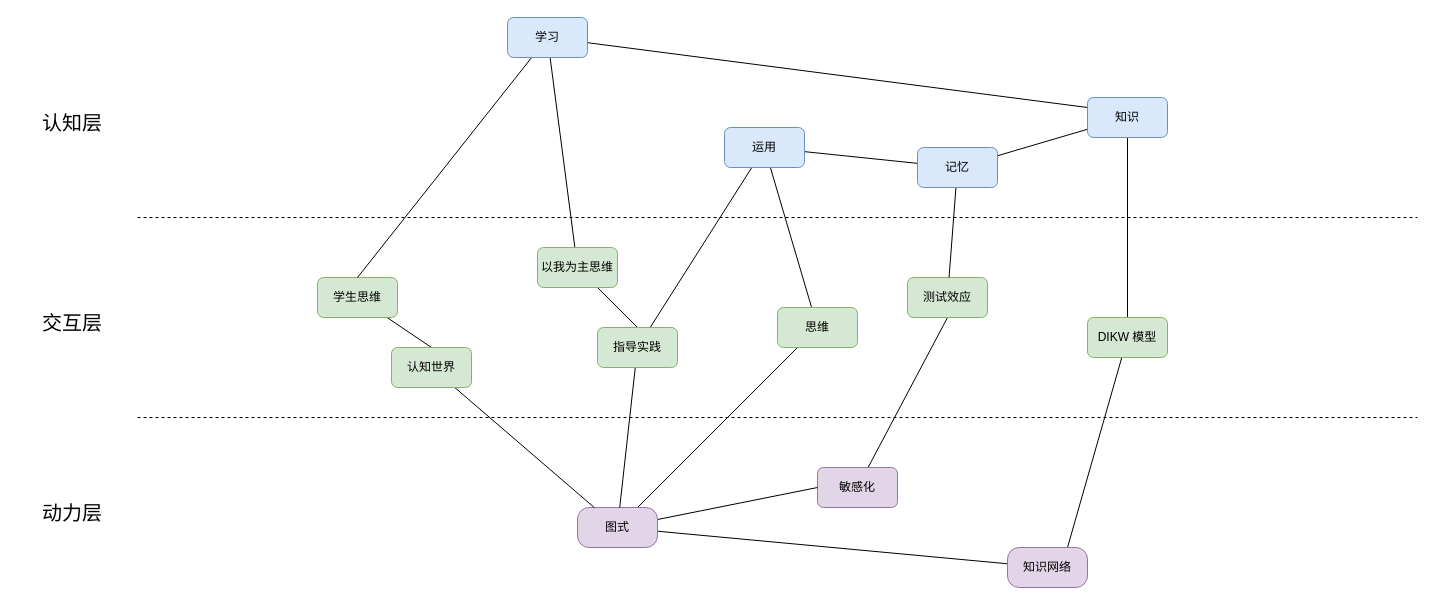
The draw.io diagram 高效学习-认知三层模型.drawio in youyusan/open_mind, before the edit. Source tidied: cells renumbered, new cells numbered last; positions are measured from the earlier drawing's top-left corner, leaving out a move shared by most shapes. Both pictures are drawn from the tidied source at 100%, with x=0, y=0 at pixel (17, 17).
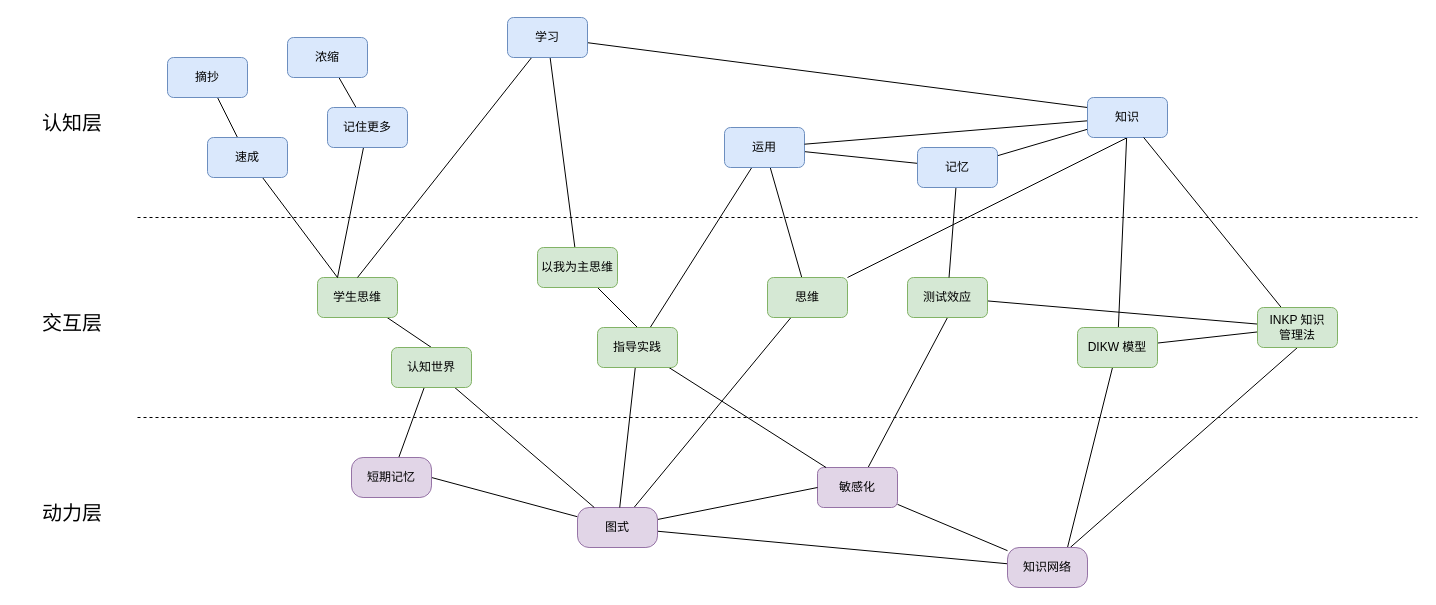
The same diagram, later.

Commit message (it also covers changes not shown here):
更新高效学习-认知三层模型.drawio

The change refers to these unchanged cells:
```xml
<mxCell id="8" value="学生思维" style="rounded=1;whiteSpace=wrap;html=1;fillColor=#d5e8d4;strokeColor=#82b366;" parent="1" vertex="1">
  <mxGeometry x="300" y="260" width="80" height="40" as="geometry" />
</mxCell>
<mxCell id="10" value="敏感化" style="rounded=1;whiteSpace=wrap;html=1;fillColor=#e1d5e7;strokeColor=#9673a6;" parent="1" vertex="1">
  <mxGeometry x="800" y="450" width="80" height="40" as="geometry" />
</mxCell>
<mxCell id="20" value="图式" style="rounded=1;whiteSpace=wrap;html=1;fillColor=#e1d5e7;strokeColor=#9673a6;arcSize=29;" parent="1" vertex="1">
  <mxGeometry x="560" y="490" width="80" height="40" as="geometry" />
</mxCell>
<mxCell id="23" value="指导实践" style="rounded=1;whiteSpace=wrap;html=1;fillColor=#d5e8d4;strokeColor=#82b366;" parent="1" vertex="1">
  <mxGeometry x="580" y="310" width="80" height="40" as="geometry" />
</mxCell>
<mxCell id="25" value="认知世界" style="rounded=1;whiteSpace=wrap;html=1;fillColor=#d5e8d4;strokeColor=#82b366;" parent="1" vertex="1">
  <mxGeometry x="374" y="330" width="80" height="40" as="geometry" />
</mxCell>
<mxCell id="29" value="运用" style="rounded=1;whiteSpace=wrap;html=1;fillColor=#dae8fc;strokeColor=#6c8ebf;" parent="1" vertex="1">
  <mxGeometry x="707" y="110" width="80" height="40" as="geometry" />
</mxCell>
<mxCell id="30" value="测试效应" style="rounded=1;whiteSpace=wrap;html=1;fillColor=#d5e8d4;strokeColor=#82b366;" parent="1" vertex="1">
  <mxGeometry x="890" y="260" width="80" height="40" as="geometry" />
</mxCell>
<mxCell id="35" value="知识" style="rounded=1;whiteSpace=wrap;html=1;fillColor=#dae8fc;strokeColor=#6c8ebf;" parent="1" vertex="1">
  <mxGeometry x="1070" y="80" width="80" height="40" as="geometry" />
</mxCell>
<mxCell id="38" value="知识网络" style="rounded=1;whiteSpace=wrap;html=1;fillColor=#e1d5e7;strokeColor=#9673a6;arcSize=29;" parent="1" vertex="1">
  <mxGeometry x="990" y="530" width="80" height="40" as="geometry" />
</mxCell>
```

The edit, as a diff of the source:
```diff
@@
+    <mxCell id="39" style="edgeStyle=none;rounded=0;jettySize=auto;html=1;strokeColor=default;align=center;verticalAlign=middle;fontFamily=Helvetica;fontSize=11;fontColor=default;labelBackgroundColor=default;endArrow=none;endFill=0;" parent="1" edge="1" source="10" target="38">
+      <mxGeometry relative="1" as="geometry" />
+    </mxCell>
@@
+    <mxCell id="40" style="edgeStyle=none;rounded=0;jettySize=auto;html=1;entryX=1;entryY=0.5;entryDx=0;entryDy=0;strokeColor=default;align=center;verticalAlign=middle;fontFamily=Helvetica;fontSize=11;fontColor=default;labelBackgroundColor=default;endArrow=none;endFill=0;" parent="1" edge="1" source="20" target="58">
+      <mxGeometry relative="1" as="geometry" />
+    </mxCell>
@@
+    <mxCell id="41" style="edgeStyle=none;rounded=0;jettySize=auto;html=1;strokeColor=default;align=center;verticalAlign=middle;fontFamily=Helvetica;fontSize=11;fontColor=default;labelBackgroundColor=default;endArrow=none;endFill=0;" parent="1" edge="1" source="23" target="10">
+      <mxGeometry relative="1" as="geometry" />
+    </mxCell>
@@
+    <mxCell id="42" style="edgeStyle=none;rounded=0;jettySize=auto;html=1;strokeColor=default;align=center;verticalAlign=middle;fontFamily=Helvetica;fontSize=11;fontColor=default;labelBackgroundColor=default;endArrow=none;endFill=0;" parent="1" edge="1" source="25" target="58">
+      <mxGeometry relative="1" as="geometry" />
+    </mxCell>
@@
+    <mxCell id="43" style="edgeStyle=none;rounded=0;jettySize=auto;html=1;entryX=0.5;entryY=1;entryDx=0;entryDy=0;strokeColor=default;align=center;verticalAlign=middle;fontFamily=Helvetica;fontSize=11;fontColor=default;labelBackgroundColor=default;endArrow=none;endFill=0;" parent="1" edge="1" source="27" target="35">
+      <mxGeometry relative="1" as="geometry" />
+    </mxCell>
     <mxCell id="27" value="思维" style="rounded=1;whiteSpace=wrap;html=1;fillColor=#d5e8d4;strokeColor=#82b366;" parent="1" vertex="1">
-      <mxGeometry x="760" y="290" width="80" height="40" as="geometry" />
+      <mxGeometry x="750" y="260" width="80" height="40" as="geometry" />
     </mxCell>
@@
+    <mxCell id="44" style="edgeStyle=none;rounded=0;jettySize=auto;html=1;strokeColor=default;align=center;verticalAlign=middle;fontFamily=Helvetica;fontSize=11;fontColor=default;labelBackgroundColor=default;endArrow=none;endFill=0;" parent="1" edge="1" source="30" target="49">
+      <mxGeometry relative="1" as="geometry" />
+    </mxCell>
@@
+    <mxCell id="45" style="edgeStyle=none;rounded=0;jettySize=auto;html=1;strokeColor=default;align=center;verticalAlign=middle;fontFamily=Helvetica;fontSize=11;fontColor=default;labelBackgroundColor=default;endArrow=none;endFill=0;" parent="1" edge="1" source="35" target="29">
+      <mxGeometry relative="1" as="geometry" />
+    </mxCell>
@@
+    <mxCell id="46" style="edgeStyle=none;rounded=0;jettySize=auto;html=1;strokeColor=default;align=center;verticalAlign=middle;fontFamily=Helvetica;fontSize=11;fontColor=default;labelBackgroundColor=default;endArrow=none;endFill=0;" parent="1" edge="1" source="37" target="49">
+      <mxGeometry relative="1" as="geometry" />
+    </mxCell>
     <mxCell id="37" value="DIKW 模型" style="rounded=1;whiteSpace=wrap;html=1;fillColor=#d5e8d4;strokeColor=#82b366;" parent="1" vertex="1">
-      <mxGeometry x="1070" y="300" width="80" height="40" as="geometry" />
+      <mxGeometry x="1060" y="310" width="80" height="40" as="geometry" />
     </mxCell>
+    <mxCell id="47" style="edgeStyle=none;rounded=0;jettySize=auto;html=1;entryX=0.5;entryY=1;entryDx=0;entryDy=0;strokeColor=default;align=center;verticalAlign=middle;fontFamily=Helvetica;fontSize=11;fontColor=default;labelBackgroundColor=default;endArrow=none;endFill=0;" parent="1" edge="1" source="38" target="49">
+      <mxGeometry relative="1" as="geometry" />
+    </mxCell>
@@
+    <mxCell id="48" style="edgeStyle=none;rounded=0;jettySize=auto;html=1;strokeColor=default;align=center;verticalAlign=middle;fontFamily=Helvetica;fontSize=11;fontColor=default;labelBackgroundColor=default;endArrow=none;endFill=0;" parent="1" edge="1" source="49" target="35">
+      <mxGeometry relative="1" as="geometry" />
+    </mxCell>
+    <mxCell id="49" value="INKP 知识&lt;br&gt;管理法" style="rounded=1;whiteSpace=wrap;html=1;fillColor=#d5e8d4;strokeColor=#82b366;" parent="1" vertex="1">
+      <mxGeometry x="1240" y="290" width="80" height="40" as="geometry" />
+    </mxCell>
+    <mxCell id="50" style="edgeStyle=none;rounded=0;jettySize=auto;html=1;strokeColor=default;align=center;verticalAlign=middle;fontFamily=Helvetica;fontSize=11;fontColor=default;labelBackgroundColor=default;endArrow=none;endFill=0;" parent="1" edge="1" source="51" target="55">
+      <mxGeometry relative="1" as="geometry" />
+    </mxCell>
+    <mxCell id="51" value="摘抄" style="rounded=1;whiteSpace=wrap;html=1;fillColor=#dae8fc;strokeColor=#6c8ebf;" parent="1" vertex="1">
+      <mxGeometry x="150" y="40" width="80" height="40" as="geometry" />
+    </mxCell>
+    <mxCell id="52" style="edgeStyle=none;rounded=0;jettySize=auto;html=1;strokeColor=default;align=center;verticalAlign=middle;fontFamily=Helvetica;fontSize=11;fontColor=default;labelBackgroundColor=default;endArrow=none;endFill=0;" parent="1" edge="1" source="53" target="57">
+      <mxGeometry relative="1" as="geometry" />
+    </mxCell>
+    <mxCell id="53" value="浓缩" style="rounded=1;whiteSpace=wrap;html=1;fillColor=#dae8fc;strokeColor=#6c8ebf;" parent="1" vertex="1">
+      <mxGeometry x="270" y="20" width="80" height="40" as="geometry" />
+    </mxCell>
+    <mxCell id="54" style="edgeStyle=none;rounded=0;jettySize=auto;html=1;entryX=0.25;entryY=0;entryDx=0;entryDy=0;strokeColor=default;align=center;verticalAlign=middle;fontFamily=Helvetica;fontSize=11;fontColor=default;labelBackgroundColor=default;endArrow=none;endFill=0;" parent="1" edge="1" source="55" target="8">
+      <mxGeometry relative="1" as="geometry" />
+    </mxCell>
+    <mxCell id="55" value="速成" style="rounded=1;whiteSpace=wrap;html=1;fillColor=#dae8fc;strokeColor=#6c8ebf;" parent="1" vertex="1">
+      <mxGeometry x="190" y="120" width="80" height="40" as="geometry" />
+    </mxCell>
+    <mxCell id="56" style="edgeStyle=none;rounded=0;jettySize=auto;html=1;entryX=0.25;entryY=0;entryDx=0;entryDy=0;strokeColor=default;align=center;verticalAlign=middle;fontFamily=Helvetica;fontSize=11;fontColor=default;labelBackgroundColor=default;endArrow=none;endFill=0;" parent="1" edge="1" source="57" target="8">
+      <mxGeometry relative="1" as="geometry" />
+    </mxCell>
+    <mxCell id="57" value="记住更多" style="rounded=1;whiteSpace=wrap;html=1;fillColor=#dae8fc;strokeColor=#6c8ebf;" parent="1" vertex="1">
+      <mxGeometry x="310" y="90" width="80" height="40" as="geometry" />
+    </mxCell>
+    <mxCell id="58" value="短期记忆" style="rounded=1;whiteSpace=wrap;html=1;fillColor=#e1d5e7;strokeColor=#9673a6;arcSize=29;" parent="1" vertex="1">
+      <mxGeometry x="334" y="440" width="80" height="40" as="geometry" />
+    </mxCell>
```
